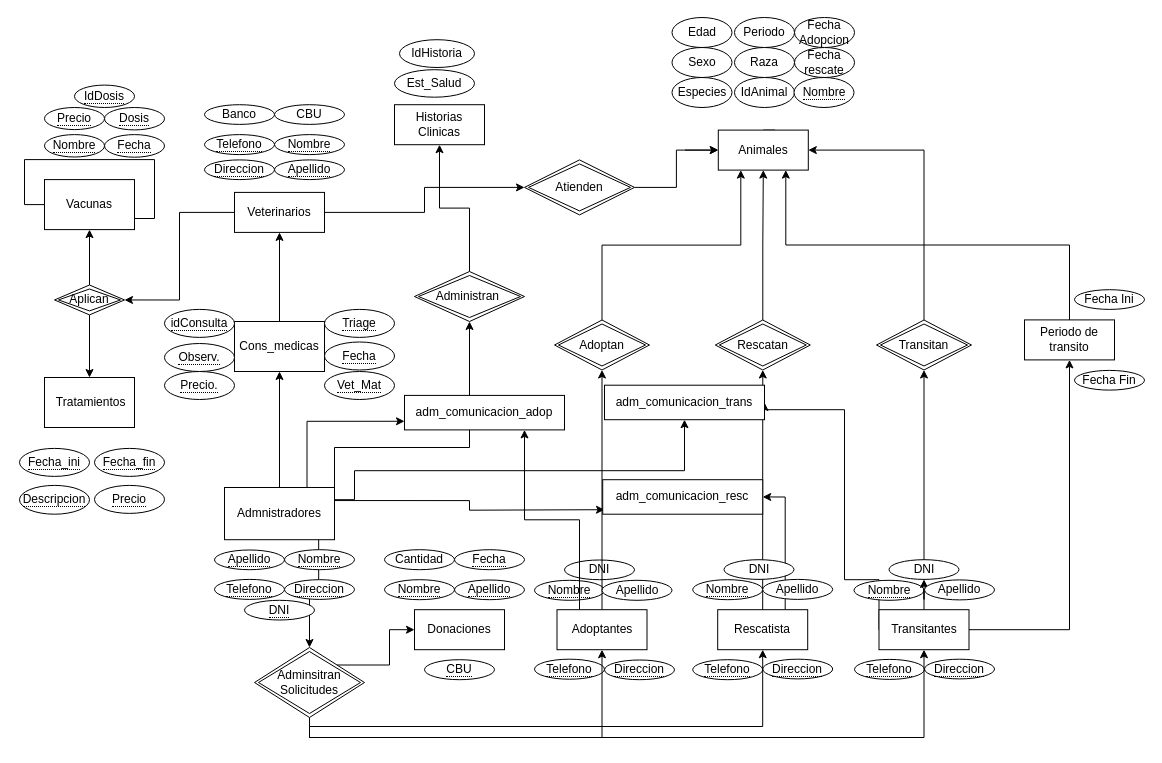
Dfrugone/ITFS-4 keeps this draw.io diagram as Diagrama sin título.drawio. Above is the earlier version. Source tidied: cells renumbered, new cells numbered last; positions are measured from the earlier drawing's top-left corner, leaving out a move shared by most shapes. Both pictures are drawn from the tidied source at 100%, with x=0, y=0 at pixel (19, 17).
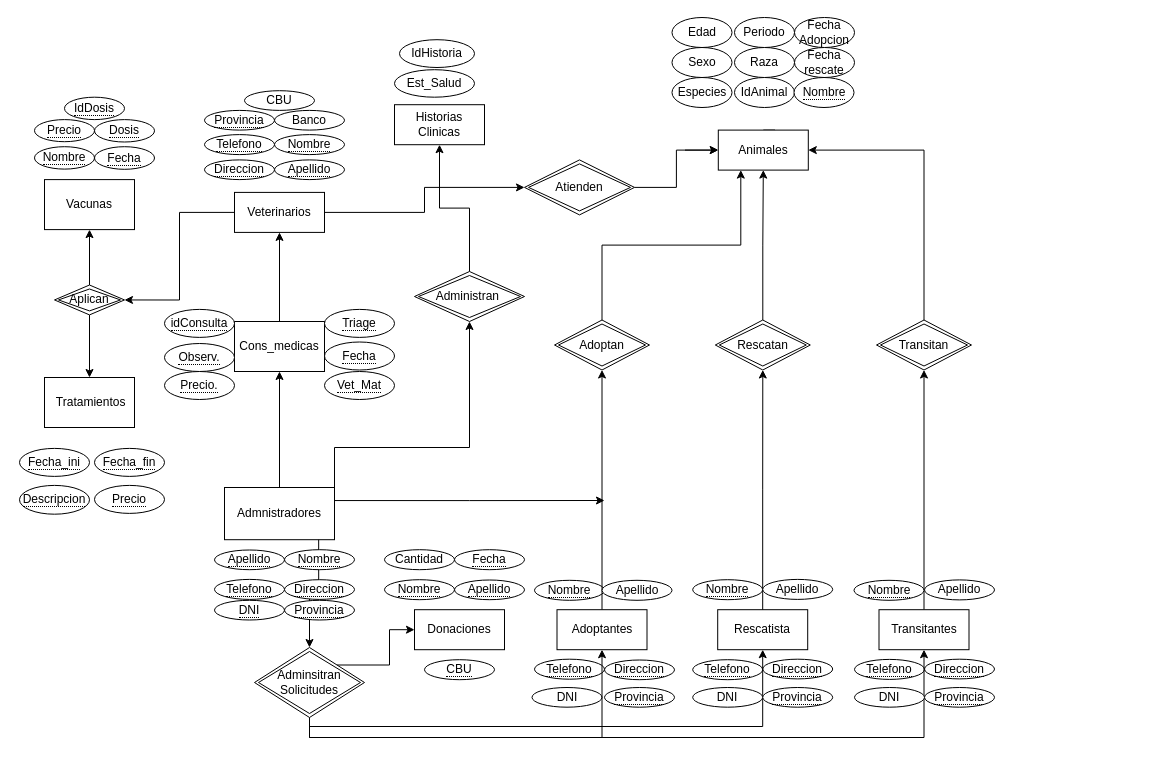
After the change.

Unchanged cells that the change refers to:
```xml
<mxCell id="25" value="Adoptantes" style="rounded=0;whiteSpace=wrap;html=1;" parent="1" vertex="1">
  <mxGeometry x="537.5" y="592.2" width="90" height="40" as="geometry" />
</mxCell>
<mxCell id="27" value="Rescatista" style="rounded=0;whiteSpace=wrap;html=1;" parent="1" vertex="1">
  <mxGeometry x="698.2" y="592.2" width="90" height="40" as="geometry" />
</mxCell>
<mxCell id="33" value="Transitantes" style="rounded=0;whiteSpace=wrap;html=1;" parent="1" vertex="1">
  <mxGeometry x="859.5" y="592.2" width="90" height="40" as="geometry" />
</mxCell>
<mxCell id="38" value="Transitan" style="shape=rhombus;double=1;perimeter=rhombusPerimeter;whiteSpace=wrap;html=1;align=center;" parent="1" vertex="1">
  <mxGeometry x="857" y="302.5" width="95" height="50" as="geometry" />
</mxCell>
<mxCell id="45" value="Admnistradores" style="rounded=0;whiteSpace=wrap;html=1;" parent="1" vertex="1">
  <mxGeometry x="205" y="470" width="110" height="52.2" as="geometry" />
</mxCell>
<mxCell id="47" value="Animales" style="rounded=0;whiteSpace=wrap;html=1;" parent="1" vertex="1">
  <mxGeometry x="698.8" y="112.6" width="90" height="40" as="geometry" />
</mxCell>
<mxCell id="111" value="Vacunas" style="rounded=0;whiteSpace=wrap;html=1;" parent="1" vertex="1">
  <mxGeometry x="25" y="162.1" width="90" height="50" as="geometry" />
</mxCell>
```

Change to the diagram source:
```diff
@@
     <mxCell id="9" value="DNI" style="ellipse;whiteSpace=wrap;html=1;align=center;" parent="1" vertex="1">
-      <mxGeometry x="545" y="542.5" width="70" height="19.7" as="geometry" />
+      <mxGeometry x="512.5" y="670" width="70" height="19.7" as="geometry" />
     </mxCell>
@@
     <mxCell id="12" value="&lt;span style=&quot;border-bottom: 1px dotted&quot;&gt;Nombre&lt;/span&gt;" style="ellipse;whiteSpace=wrap;html=1;align=center;" parent="1" vertex="1">
-      <mxGeometry x="25" y="117.1" width="60" height="22.4" as="geometry" />
+      <mxGeometry x="15" y="129.2" width="60" height="22.4" as="geometry" />
     </mxCell>
     <mxCell id="13" value="&lt;span style=&quot;border-bottom: 1px dotted&quot;&gt;Fecha&lt;/span&gt;" style="ellipse;whiteSpace=wrap;html=1;align=center;" parent="1" vertex="1">
-      <mxGeometry x="85" y="117.1" width="60" height="22.6" as="geometry" />
+      <mxGeometry x="75" y="129.2" width="60" height="22.6" as="geometry" />
     </mxCell>
     <mxCell id="14" value="&lt;span style=&quot;border-bottom: 1px dotted&quot;&gt;Precio&lt;/span&gt;" style="ellipse;whiteSpace=wrap;html=1;align=center;" parent="1" vertex="1">
-      <mxGeometry x="25" y="90" width="60" height="22.1" as="geometry" />
+      <mxGeometry x="15" y="102.1" width="60" height="22.1" as="geometry" />
     </mxCell>
     <mxCell id="15" value="&lt;span style=&quot;border-bottom: 1px dotted&quot;&gt;Dosis&lt;/span&gt;" style="ellipse;whiteSpace=wrap;html=1;align=center;" parent="1" vertex="1">
-      <mxGeometry x="85" y="90" width="60" height="22.4" as="geometry" />
+      <mxGeometry x="75" y="102.1" width="60" height="22.4" as="geometry" />
     </mxCell>
@@
-    <mxCell id="18" style="edgeStyle=orthogonalEdgeStyle;rounded=0;jettySize=auto;html=1;exitX=0;exitY=0.5;exitDx=0;exitDy=0;" parent="1" edge="1" source="111">
-      <mxGeometry relative="1" as="geometry">
-        <mxPoint x="85" y="180" as="targetPoint" />
-      </mxGeometry>
-    </mxCell>
@@
-    <mxCell id="24" style="edgeStyle=orthogonalEdgeStyle;rounded=0;jettySize=auto;html=1;exitX=0.25;exitY=0;exitDx=0;exitDy=0;entryX=0.75;entryY=1;entryDx=0;entryDy=0;" parent="1" edge="1" source="25" target="92">
-      <mxGeometry relative="1" as="geometry" />
-    </mxCell>
@@
-    <mxCell id="26" style="edgeStyle=orthogonalEdgeStyle;rounded=0;jettySize=auto;html=1;exitX=0.75;exitY=0;exitDx=0;exitDy=0;entryX=1;entryY=0.5;entryDx=0;entryDy=0;" parent="1" edge="1" source="27" target="90">
-      <mxGeometry relative="1" as="geometry" />
-    </mxCell>
@@
-    <mxCell id="30" style="edgeStyle=orthogonalEdgeStyle;rounded=0;jettySize=auto;html=1;exitX=0.5;exitY=0;exitDx=0;exitDy=0;" parent="1" edge="1" source="82" target="38">
+    <mxCell id="30" style="edgeStyle=orthogonalEdgeStyle;rounded=0;jettySize=auto;html=1;exitX=0.5;exitY=0;exitDx=0;exitDy=0;" parent="1" edge="1" source="33" target="38">
       <mxGeometry relative="1" as="geometry" />
     </mxCell>
-    <mxCell id="31" style="edgeStyle=orthogonalEdgeStyle;rounded=0;jettySize=auto;html=1;exitX=1;exitY=0.5;exitDx=0;exitDy=0;entryX=0.5;entryY=1;entryDx=0;entryDy=0;" parent="1" edge="1" source="33" target="86">
-      <mxGeometry relative="1" as="geometry" />
-    </mxCell>
-    <mxCell id="32" style="edgeStyle=orthogonalEdgeStyle;rounded=0;jettySize=auto;html=1;exitX=0;exitY=0.5;exitDx=0;exitDy=0;entryX=1;entryY=0.5;entryDx=0;entryDy=0;" parent="1" edge="1" source="33" target="89">
-      <mxGeometry relative="1" as="geometry">
-        <Array as="points">
-          <mxPoint x="825" y="562.2" />
-          <mxPoint x="825" y="392.2" />
-          <mxPoint x="745" y="392.2" />
-        </Array>
-      </mxGeometry>
-    </mxCell>
@@
-    <mxCell id="41" style="edgeStyle=orthogonalEdgeStyle;rounded=0;jettySize=auto;html=1;exitX=1;exitY=0;exitDx=0;exitDy=0;entryX=0.5;entryY=1;entryDx=0;entryDy=0;" parent="1" edge="1" source="45" target="89">
-      <mxGeometry relative="1" as="geometry">
-        <Array as="points">
-          <mxPoint x="335" y="482.2" />
-          <mxPoint x="335" y="453.2" />
-          <mxPoint x="665" y="453.2" />
-        </Array>
-      </mxGeometry>
-    </mxCell>
     <mxCell id="42" style="edgeStyle=orthogonalEdgeStyle;rounded=0;jettySize=auto;html=1;exitX=1;exitY=0.25;exitDx=0;exitDy=0;" parent="1" edge="1" source="45">
       <mxGeometry relative="1" as="geometry">
-        <mxPoint x="585" y="492.2" as="targetPoint" />
+        <mxPoint x="585" y="483" as="targetPoint" />
       </mxGeometry>
     </mxCell>
-    <mxCell id="43" style="edgeStyle=orthogonalEdgeStyle;rounded=0;jettySize=auto;html=1;exitX=0.75;exitY=0;exitDx=0;exitDy=0;entryX=0;entryY=0.75;entryDx=0;entryDy=0;" parent="1" edge="1" source="45" target="92">
-      <mxGeometry relative="1" as="geometry" />
-    </mxCell>
@@
     <mxCell id="57" value="&lt;span style=&quot;border-bottom: 1px dotted&quot;&gt;DNI&lt;/span&gt;" style="ellipse;whiteSpace=wrap;html=1;align=center;" parent="1" vertex="1">
-      <mxGeometry x="225" y="582.8" width="70" height="19.7" as="geometry" />
+      <mxGeometry x="195" y="582.8" width="70" height="19.7" as="geometry" />
     </mxCell>
@@
     <mxCell id="80" value="DNI" style="ellipse;whiteSpace=wrap;html=1;align=center;" parent="1" vertex="1">
-      <mxGeometry x="704.5" y="542.2" width="70" height="19.7" as="geometry" />
+      <mxGeometry x="673.2" y="670" width="70" height="19.7" as="geometry" />
     </mxCell>
-    <mxCell id="81" style="edgeStyle=orthogonalEdgeStyle;rounded=0;jettySize=auto;html=1;exitX=0.5;exitY=0;exitDx=0;exitDy=0;" parent="1" edge="1" source="33" target="82">
-      <mxGeometry relative="1" as="geometry" />
-    </mxCell>
     <mxCell id="82" value="DNI" style="ellipse;whiteSpace=wrap;html=1;align=center;" parent="1" vertex="1">
-      <mxGeometry x="869.5" y="542.2" width="70" height="19.7" as="geometry" />
+      <mxGeometry x="835" y="670" width="70" height="19.7" as="geometry" />
     </mxCell>
@@
-    <mxCell id="85" style="edgeStyle=orthogonalEdgeStyle;rounded=0;jettySize=auto;html=1;exitX=0.5;exitY=0;exitDx=0;exitDy=0;entryX=0.75;entryY=1;entryDx=0;entryDy=0;" parent="1" edge="1" source="86" target="47">
-      <mxGeometry relative="1" as="geometry" />
-    </mxCell>
-    <mxCell id="86" value="Periodo de transito" style="rounded=0;whiteSpace=wrap;html=1;" parent="1" vertex="1">
-      <mxGeometry x="1005" y="302.4" width="90" height="40" as="geometry" />
-    </mxCell>
-    <mxCell id="87" value="Fecha Ini" style="ellipse;whiteSpace=wrap;html=1;align=center;" parent="1" vertex="1">
-      <mxGeometry x="1055" y="272.2" width="70" height="19.7" as="geometry" />
-    </mxCell>
-    <mxCell id="88" value="Fecha Fin" style="ellipse;whiteSpace=wrap;html=1;align=center;" parent="1" vertex="1">
-      <mxGeometry x="1055" y="352.9" width="70" height="19.7" as="geometry" />
-    </mxCell>
-    <mxCell id="89" value="&lt;div&gt;&lt;br&gt;&lt;/div&gt;adm_comunicacion_trans&lt;div&gt;&lt;br&gt;&lt;/div&gt;" style="rounded=0;whiteSpace=wrap;html=1;" parent="1" vertex="1">
-      <mxGeometry x="585" y="367.7" width="160" height="34.5" as="geometry" />
-    </mxCell>
-    <mxCell id="90" value="&lt;div&gt;&lt;span style=&quot;background-color: initial;&quot;&gt;adm_comunicacion_&lt;/span&gt;&lt;span style=&quot;background-color: initial;&quot;&gt;resc&lt;/span&gt;&lt;/div&gt;" style="rounded=0;whiteSpace=wrap;html=1;" parent="1" vertex="1">
-      <mxGeometry x="583.2" y="462.2" width="160" height="34.5" as="geometry" />
-    </mxCell>
@@
-    <mxCell id="92" value="&lt;div&gt;&lt;br&gt;&lt;/div&gt;adm_comunicacion_adop&lt;div&gt;&lt;br&gt;&lt;/div&gt;" style="rounded=0;whiteSpace=wrap;html=1;" parent="1" vertex="1">
-      <mxGeometry x="385" y="377.9" width="160" height="34.5" as="geometry" />
-    </mxCell>
@@
     <mxCell id="97" value="Banco" style="ellipse;whiteSpace=wrap;html=1;align=center;" parent="1" vertex="1">
-      <mxGeometry x="185" y="87.2" width="70" height="19.7" as="geometry" />
+      <mxGeometry x="255" y="92.9" width="70" height="19.7" as="geometry" />
     </mxCell>
     <mxCell id="98" value="CBU" style="ellipse;whiteSpace=wrap;html=1;align=center;" parent="1" vertex="1">
-      <mxGeometry x="255" y="87.2" width="70" height="19.7" as="geometry" />
+      <mxGeometry x="225" y="73.2" width="70" height="19.7" as="geometry" />
     </mxCell>
@@
     <mxCell id="100" value="&lt;span style=&quot;border-bottom: 1px dotted&quot;&gt;IdDosis&lt;/span&gt;" style="ellipse;whiteSpace=wrap;html=1;align=center;" parent="1" vertex="1">
-      <mxGeometry x="55" y="67.6" width="60" height="22.4" as="geometry" />
+      <mxGeometry x="45" y="79.7" width="60" height="22.4" as="geometry" />
     </mxCell>
@@
+    <mxCell id="115" value="&lt;span style=&quot;border-bottom: 1px dotted&quot;&gt;Provincia&lt;/span&gt;" style="ellipse;whiteSpace=wrap;html=1;align=center;" parent="1" vertex="1">
+      <mxGeometry x="743.2" y="670" width="70" height="19.7" as="geometry" />
+    </mxCell>
+    <mxCell id="116" value="&lt;span style=&quot;border-bottom: 1px dotted&quot;&gt;Provincia&lt;/span&gt;" style="ellipse;whiteSpace=wrap;html=1;align=center;" parent="1" vertex="1">
+      <mxGeometry x="905" y="670" width="70" height="19.7" as="geometry" />
+    </mxCell>
+    <mxCell id="117" value="&lt;span style=&quot;border-bottom: 1px dotted&quot;&gt;Provincia&lt;/span&gt;" style="ellipse;whiteSpace=wrap;html=1;align=center;" parent="1" vertex="1">
+      <mxGeometry x="585" y="670" width="70" height="19.7" as="geometry" />
+    </mxCell>
+    <mxCell id="118" value="&lt;span style=&quot;border-bottom: 1px dotted&quot;&gt;Provincia&lt;/span&gt;" style="ellipse;whiteSpace=wrap;html=1;align=center;" parent="1" vertex="1">
+      <mxGeometry x="265" y="582.8" width="70" height="19.7" as="geometry" />
+    </mxCell>
+    <mxCell id="119" value="&lt;span style=&quot;border-bottom: 1px dotted&quot;&gt;Provincia&lt;/span&gt;" style="ellipse;whiteSpace=wrap;html=1;align=center;" parent="1" vertex="1">
+      <mxGeometry x="185" y="92.9" width="70" height="19.7" as="geometry" />
+    </mxCell>
```
